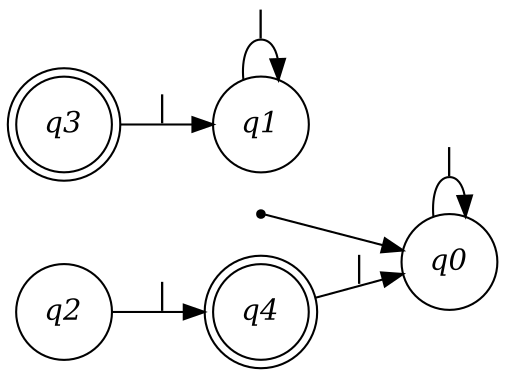
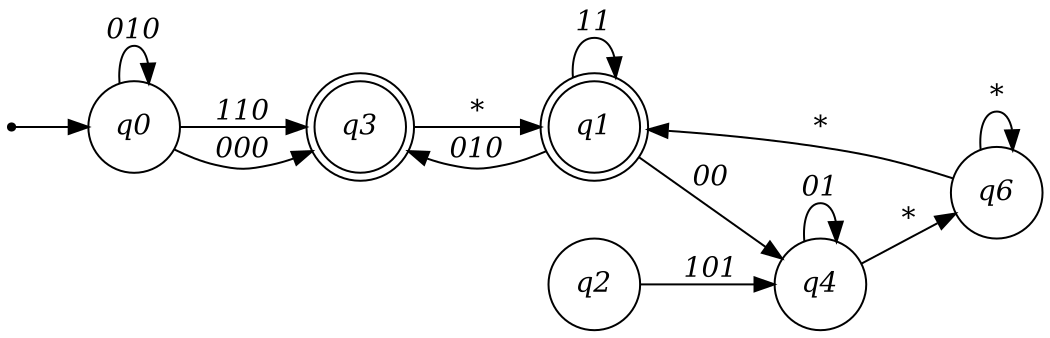
digraph finite_state_machine {
  rankdir=LR;
-   size="5"
+   size="7"
  node [fontname="times-italic"];
  edge [fontname="times-italic"];
  node [shape = point]; qi
-   node [shape = doublecircle]; q3,q4;
+   node [shape = doublecircle]; q1,q3;
  node [shape = circle];
  qi -> q0;
-   q0 -> q0 [ label = "|" ];
-   q1 -> q1 [ label = "|" ];
-   q2 -> q4 [ label = "|" ];
-   q3 -> q1 [ label = "|" ];
-   q4 -> q0 [ label = "|" ];
+   q0 -> q3 [ label = "110" ];
+   q4 -> q6 [ label = "*" ];
+   q4 -> q4 [ label = "01" ];
+   q2 -> q4 [ label = "101" ];
+   q3 -> q1 [ label = "*" ];
+   q1 -> q4 [ label = "00" ];
+   q0 -> q0 [ label = "010" ];
+   q1 -> q1 [ label = "11" ];
+   q6 -> q6 [ label = "*" ];
+   q1 -> q3 [ label = "010" ];
+   q6 -> q1 [ label = "*" ];
+   q0 -> q3 [ label = "000" ];
}
